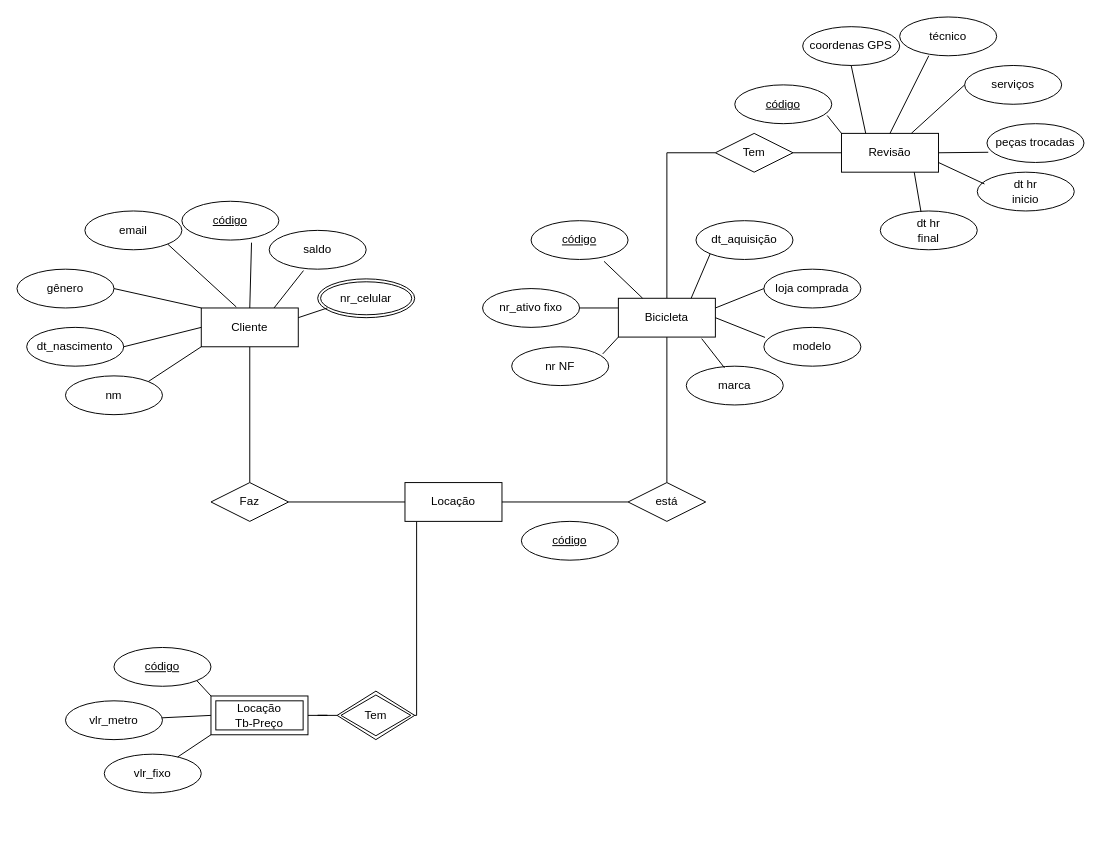
This is page "Page-2" (2 of 2) of LicaoModelagemDados10/10-05Bicicleta.drawio from Carolina-Silva/BD, a draw.io file, before an edit. Source tidied: cells renumbered, new cells numbered last; positions are measured from the earlier drawing's top-left corner, leaving out a move shared by most shapes. Both pictures are drawn from the tidied source at 97%, with x=0, y=0 at pixel (16, 16).
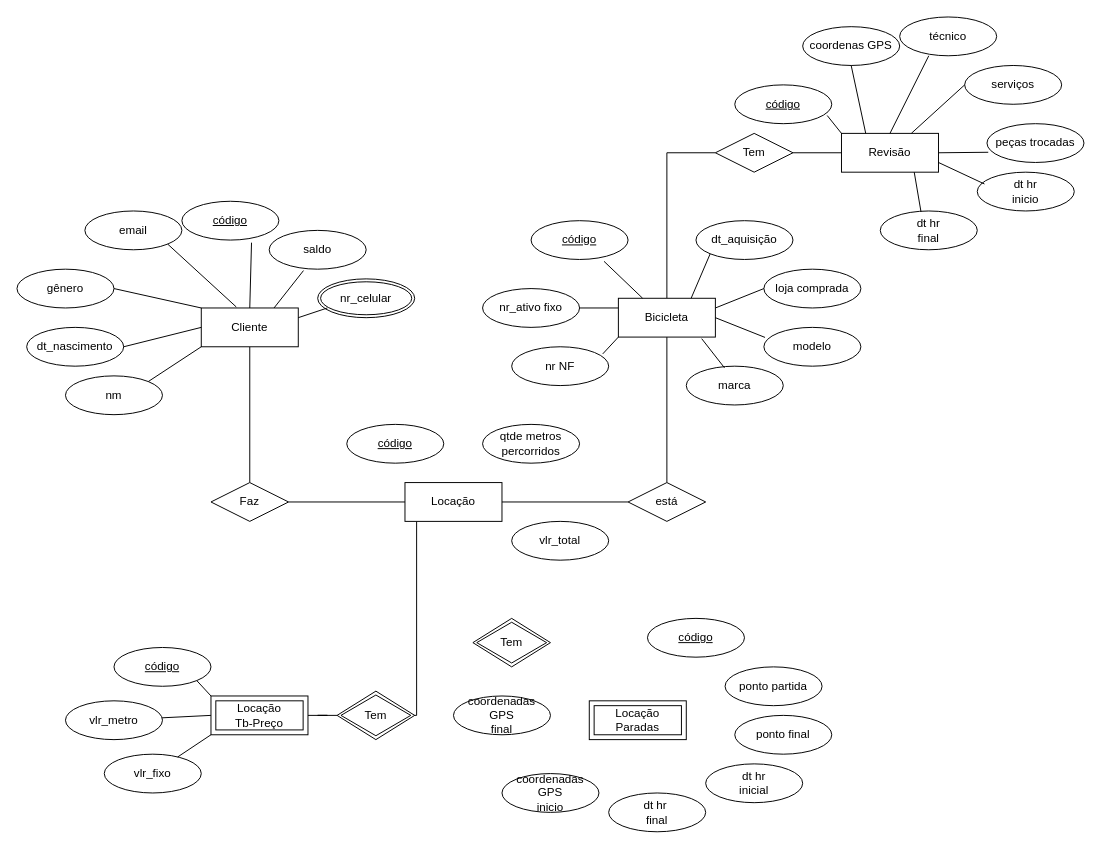
The same diagram, later.

Commit message:
locação paradas

The edit, as a diff of the source:
```diff
@@
     <mxCell id="22" value="código" style="ellipse;whiteSpace=wrap;html=1;align=center;fontStyle=4;" parent="1" vertex="1">
-      <mxGeometry x="520" y="520" width="100" height="40" as="geometry" />
+      <mxGeometry x="340" y="420" width="100" height="40" as="geometry" />
     </mxCell>
@@
+    <mxCell id="68" value="Locação&lt;br&gt;Paradas" style="shape=ext;margin=3;double=1;whiteSpace=wrap;html=1;align=center;" parent="1" vertex="1">
+      <mxGeometry x="590" y="705" width="100" height="40" as="geometry" />
+    </mxCell>
+    <mxCell id="69" value="Tem" style="shape=rhombus;double=1;perimeter=rhombusPerimeter;whiteSpace=wrap;html=1;align=center;" parent="1" vertex="1">
+      <mxGeometry x="470" y="620" width="80" height="50" as="geometry" />
+    </mxCell>
+    <mxCell id="70" value="código" style="ellipse;whiteSpace=wrap;html=1;align=center;fontStyle=4;" parent="1" vertex="1">
+      <mxGeometry x="650" y="620" width="100" height="40" as="geometry" />
+    </mxCell>
+    <mxCell id="71" value="ponto partida" style="ellipse;whiteSpace=wrap;html=1;align=center;" parent="1" vertex="1">
+      <mxGeometry x="730" y="670" width="100" height="40" as="geometry" />
+    </mxCell>
+    <mxCell id="72" value="ponto final" style="ellipse;whiteSpace=wrap;html=1;align=center;" parent="1" vertex="1">
+      <mxGeometry x="740" y="720" width="100" height="40" as="geometry" />
+    </mxCell>
+    <mxCell id="73" value="dt hr&lt;br&gt;inicial" style="ellipse;whiteSpace=wrap;html=1;align=center;" parent="1" vertex="1">
+      <mxGeometry x="710" y="770" width="100" height="40" as="geometry" />
+    </mxCell>
+    <mxCell id="74" value="dt hr&amp;nbsp;&lt;br&gt;final" style="ellipse;whiteSpace=wrap;html=1;align=center;" parent="1" vertex="1">
+      <mxGeometry x="610" y="800" width="100" height="40" as="geometry" />
+    </mxCell>
+    <mxCell id="75" value="coordenadas GPS&lt;br&gt;inicio" style="ellipse;whiteSpace=wrap;html=1;align=center;" parent="1" vertex="1">
+      <mxGeometry x="500" y="780" width="100" height="40" as="geometry" />
+    </mxCell>
+    <mxCell id="76" value="coordenadas GPS&lt;br&gt;final" style="ellipse;whiteSpace=wrap;html=1;align=center;" parent="1" vertex="1">
+      <mxGeometry x="450" y="700" width="100" height="40" as="geometry" />
+    </mxCell>
+    <mxCell id="77" value="qtde metros percorridos" style="ellipse;whiteSpace=wrap;html=1;align=center;" parent="1" vertex="1">
+      <mxGeometry x="480" y="420" width="100" height="40" as="geometry" />
+    </mxCell>
+    <mxCell id="78" value="vlr_total" style="ellipse;whiteSpace=wrap;html=1;align=center;" parent="1" vertex="1">
+      <mxGeometry x="510" y="520" width="100" height="40" as="geometry" />
+    </mxCell>
```
